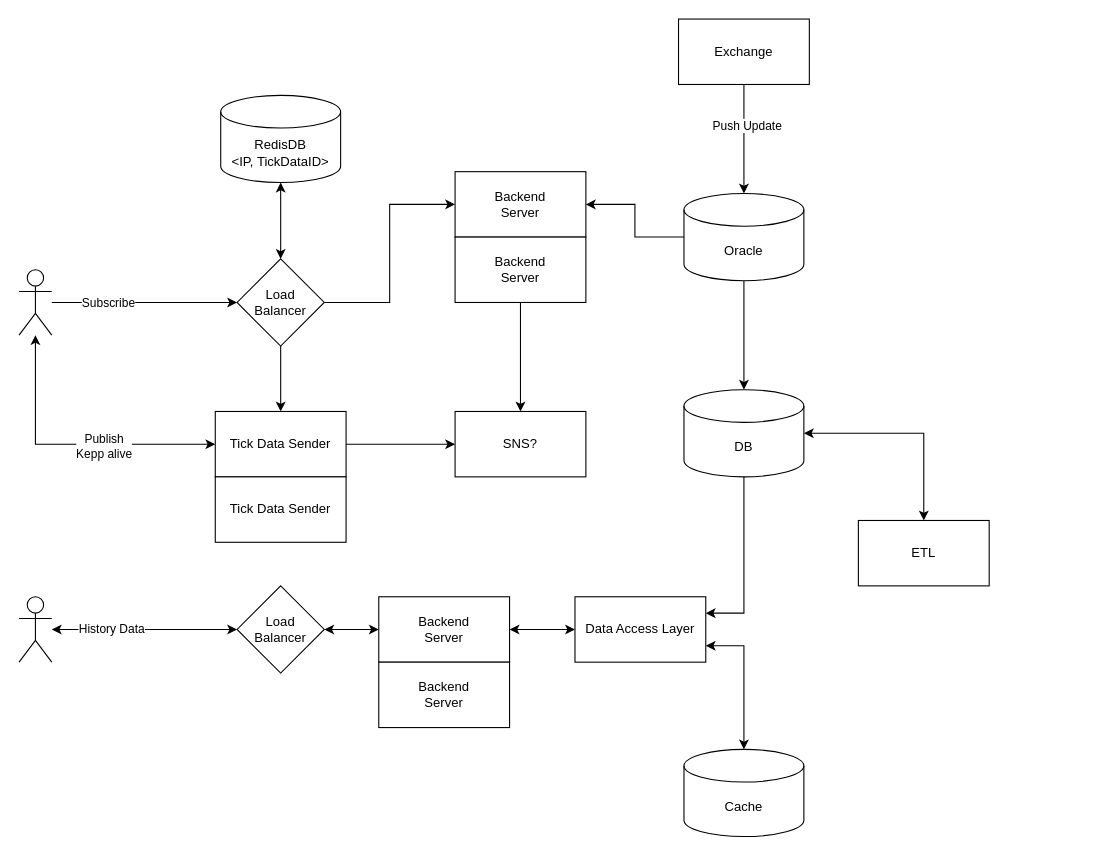
HongyuanH/diagrams keeps this draw.io diagram as page "Price Feeds-1" (4 of 5) of SystemDesign.drawio. Above is the earlier version. Source tidied: cells renumbered, new cells numbered last; positions are measured from the earlier drawing's top-left corner, leaving out a move shared by most shapes. Both pictures are drawn from the tidied source at 109%, with x=0, y=0 at pixel (19, 19).
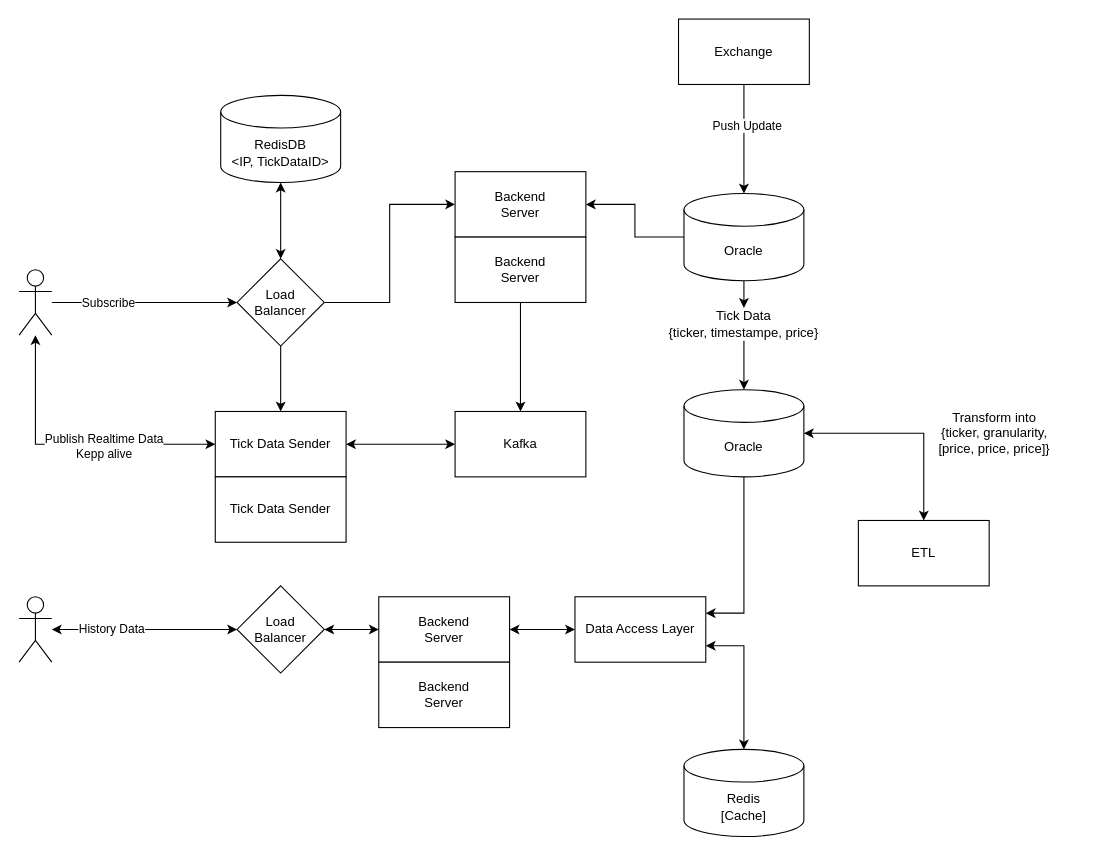
Above is the later version.

The change refers to these unchanged cells:
```xml
<mxCell id="6" style="edgeStyle=orthogonalEdgeStyle;rounded=0;jettySize=auto;html=1;exitX=0;exitY=0.5;exitDx=0;exitDy=0;startArrow=classic;startFill=1;" parent="1" edge="1" source="9" target="2">
  <mxGeometry relative="1" as="geometry" />
</mxCell>
<mxCell id="9" value="Tick Data Sender" style="rounded=0;whiteSpace=wrap;html=1;" parent="1" vertex="1">
  <mxGeometry x="180" y="360" width="120" height="60" as="geometry" />
</mxCell>
<mxCell id="21" value="Oracle" style="shape=cylinder3;whiteSpace=wrap;html=1;boundedLbl=1;backgroundOutline=1;size=15;" parent="1" vertex="1">
  <mxGeometry x="610" y="160" width="110" height="80" as="geometry" />
</mxCell>
```

Change to the diagram source:
```diff
@@
-    <mxCell id="7" value="Publish&lt;br&gt;Kepp alive" style="edgeLabel;html=1;align=center;verticalAlign=middle;" parent="6" vertex="1">
+    <mxCell id="7" value="Publish Realtime Data&lt;br&gt;Kepp alive" style="edgeLabel;html=1;align=center;verticalAlign=middle;" parent="6" vertex="1">
       <mxGeometry x="-0.22" y="1" relative="1" as="geometry" />
     </mxCell>
-    <mxCell id="8" style="edgeStyle=orthogonalEdgeStyle;rounded=0;jettySize=auto;html=1;exitX=1;exitY=0.5;exitDx=0;exitDy=0;entryX=0;entryY=0.5;entryDx=0;entryDy=0;startArrow=none;startFill=0;" parent="1" edge="1" source="9" target="15">
+    <mxCell id="8" style="edgeStyle=orthogonalEdgeStyle;rounded=0;jettySize=auto;html=1;exitX=1;exitY=0.5;exitDx=0;exitDy=0;entryX=0;entryY=0.5;entryDx=0;entryDy=0;startArrow=classic;startFill=1;" parent="1" edge="1" source="9" target="15">
       <mxGeometry relative="1" as="geometry" />
     </mxCell>
@@
-    <mxCell id="15" value="SNS?" style="rounded=0;whiteSpace=wrap;html=1;" parent="1" vertex="1">
+    <mxCell id="15" value="Kafka" style="rounded=0;whiteSpace=wrap;html=1;" parent="1" vertex="1">
       <mxGeometry x="400" y="360" width="120" height="60" as="geometry" />
     </mxCell>
@@
-    <mxCell id="20" style="edgeStyle=orthogonalEdgeStyle;rounded=0;jettySize=auto;html=1;exitX=0.5;exitY=1;exitDx=0;exitDy=0;exitPerimeter=0;startArrow=none;startFill=0;" parent="1" edge="1" source="21" target="25">
+    <mxCell id="20" style="edgeStyle=orthogonalEdgeStyle;rounded=0;jettySize=auto;html=1;exitX=0.5;exitY=1;exitDx=0;exitDy=0;exitPerimeter=0;startArrow=none;startFill=0;" parent="1" edge="1" source="41" target="25">
       <mxGeometry relative="1" as="geometry" />
     </mxCell>
@@
-    <mxCell id="25" value="DB" style="shape=cylinder3;whiteSpace=wrap;html=1;boundedLbl=1;backgroundOutline=1;size=15;" parent="1" vertex="1">
+    <mxCell id="25" value="Oracle" style="shape=cylinder3;whiteSpace=wrap;html=1;boundedLbl=1;backgroundOutline=1;size=15;" parent="1" vertex="1">
       <mxGeometry x="610" y="340" width="110" height="80" as="geometry" />
     </mxCell>
@@
-    <mxCell id="31" value="Cache" style="shape=cylinder3;whiteSpace=wrap;html=1;boundedLbl=1;backgroundOutline=1;size=15;" parent="1" vertex="1">
+    <mxCell id="31" value="Redis&lt;br&gt;[Cache]" style="shape=cylinder3;whiteSpace=wrap;html=1;boundedLbl=1;backgroundOutline=1;size=15;" parent="1" vertex="1">
       <mxGeometry x="610" y="670" width="110" height="80" as="geometry" />
     </mxCell>
@@
+    <mxCell id="40" style="edgeStyle=orthogonalEdgeStyle;rounded=0;jettySize=auto;html=1;exitX=0.5;exitY=1;exitDx=0;exitDy=0;exitPerimeter=0;startArrow=none;startFill=0;" parent="1" edge="1" source="21" target="41">
+      <mxGeometry relative="1" as="geometry" />
+    </mxCell>
+    <mxCell id="41" value="Tick Data&lt;br&gt;{ticker, timestampe, price}" style="text;html=1;strokeColor=none;fillColor=none;align=center;verticalAlign=middle;whiteSpace=wrap;rounded=0;" parent="1" vertex="1">
+      <mxGeometry x="590" y="265" width="150" height="30" as="geometry" />
+    </mxCell>
+    <mxCell id="42" value="Transform into&lt;br&gt;{ticker, granularity, &lt;br&gt;[price, price, price]}" style="text;html=1;strokeColor=none;fillColor=none;align=center;verticalAlign=middle;whiteSpace=wrap;rounded=0;" parent="1" vertex="1">
+      <mxGeometry x="820" y="365" width="150" height="30" as="geometry" />
+    </mxCell>
```
